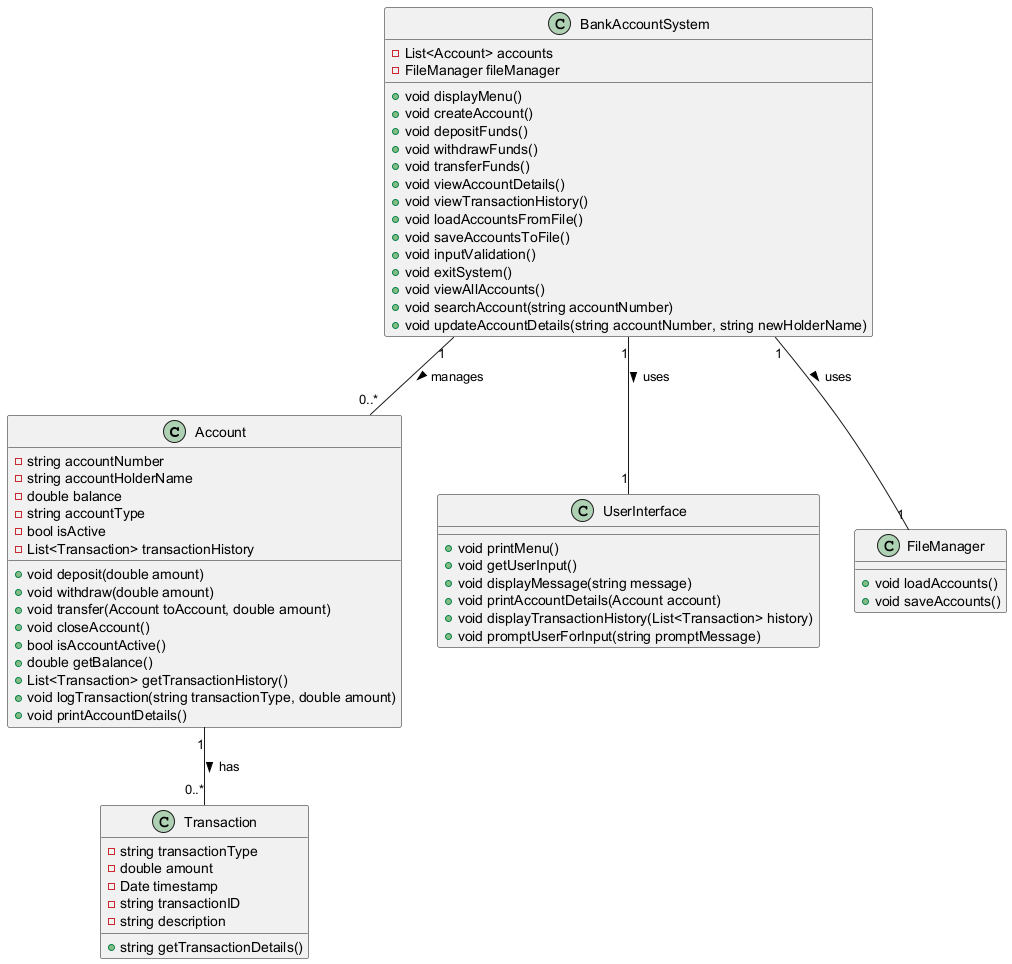
AlexCabreraD/Bank-Account-System keeps this PlantUML diagram as bankSystem.png. Above is the earlier version.
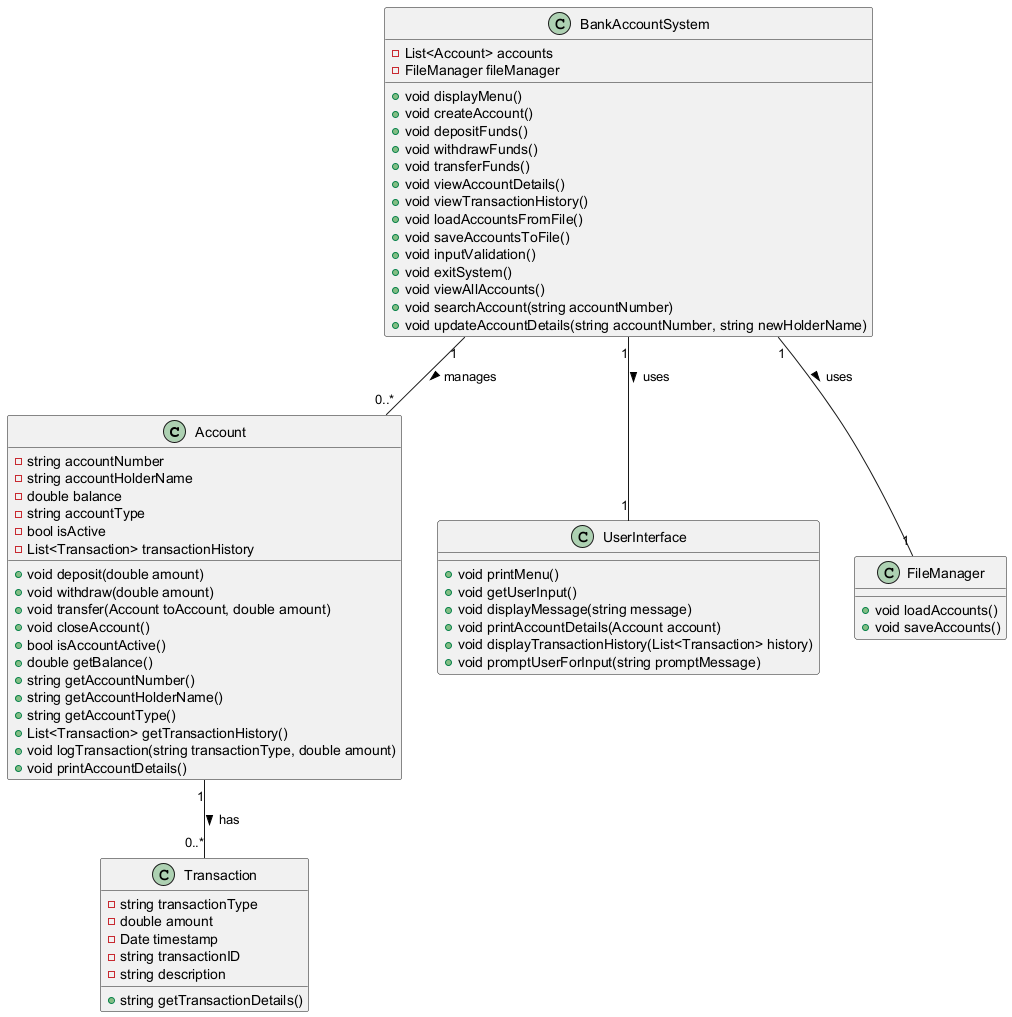
Above is the later version.

Change to the diagram source:
```diff
@@ -13,6 +13,9 @@
     +void closeAccount()
     +bool isAccountActive()
     +double getBalance()
+    +string getAccountNumber()
+    +string getAccountHolderName()
+    +string getAccountType()
     +List<Transaction> getTransactionHistory()
     +void logTransaction(string transactionType, double amount)
     +void printAccountDetails()
```
